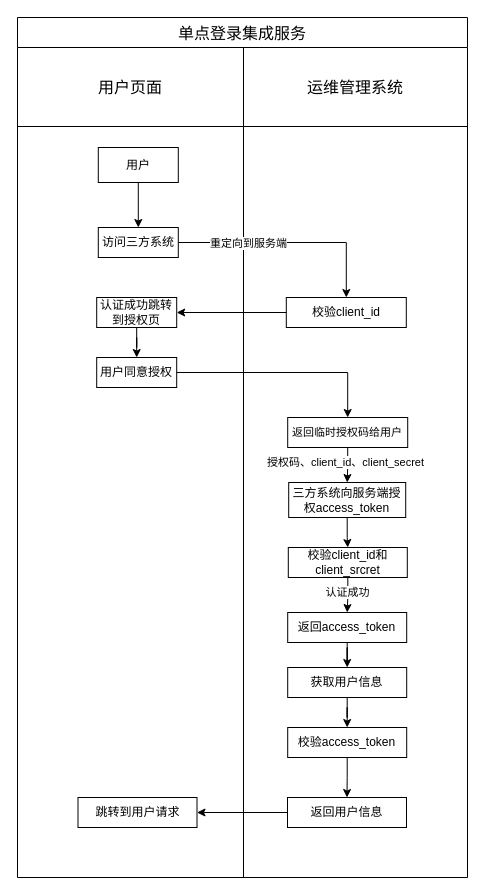
Above: draw.io/uyun_syzssfym.drawio in Liang-yonghui/draw (draw.io), before the change. Source tidied: cells renumbered, new cells numbered last; positions are measured from the earlier drawing's top-left corner, leaving out a move shared by most shapes. Both pictures are drawn from the tidied source at 100%, with x=0, y=0 at pixel (17, 17).
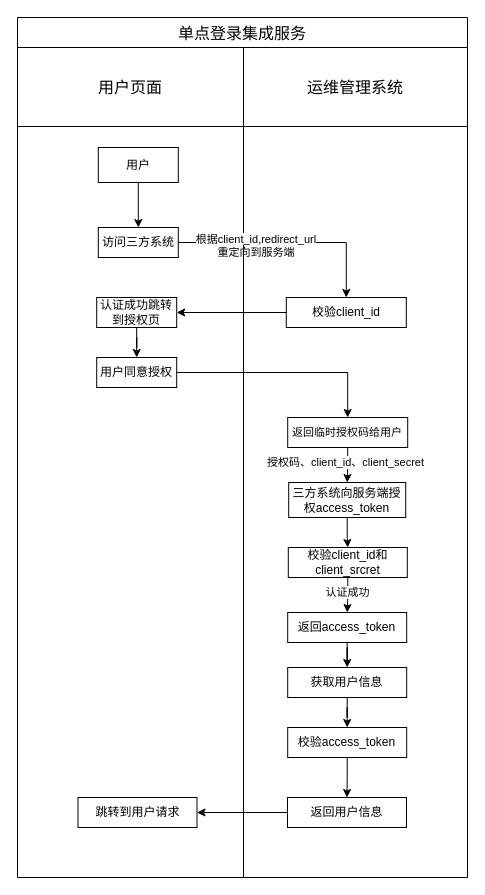
The same diagram, later.

Unchanged cells that the change refers to:
```xml
<mxCell id="15" style="edgeStyle=orthogonalEdgeStyle;rounded=0;jettySize=auto;html=1;entryX=0.5;entryY=0;entryDx=0;entryDy=0;" parent="1" edge="1" source="17" target="18">
  <mxGeometry relative="1" as="geometry" />
</mxCell>
```

What changed in the source:
```diff
@@
-    <mxCell id="16" value="重定向到服务端" style="edgeLabel;html=1;align=center;verticalAlign=middle;" parent="15" vertex="1">
-      <mxGeometry x="-0.47" relative="1" as="geometry">
-        <mxPoint x="11" as="offset" />
-      </mxGeometry>
-    </mxCell>
@@
+    <mxCell id="37" value="&#10;&lt;span style=&quot;color: rgb(0, 0, 0); font-family: Helvetica; font-size: 11px; font-style: normal; font-variant-ligatures: normal; font-variant-caps: normal; font-weight: 400; letter-spacing: normal; orphans: 2; text-align: center; text-indent: 0px; text-transform: none; widows: 2; word-spacing: 0px; -webkit-text-stroke-width: 0px; white-space: nowrap; background-color: rgb(255, 255, 255); text-decoration-thickness: initial; text-decoration-style: initial; text-decoration-color: initial; display: inline !important; float: none;&quot;&gt;根据client_id,redirect_url&lt;/span&gt;&lt;div style=&quot;forced-color-adjust: none; color: rgb(0, 0, 0); font-family: Helvetica; font-size: 11px; font-style: normal; font-variant-ligatures: normal; font-variant-caps: normal; font-weight: 400; letter-spacing: normal; orphans: 2; text-align: center; text-indent: 0px; text-transform: none; widows: 2; word-spacing: 0px; -webkit-text-stroke-width: 0px; white-space: nowrap; text-decoration-thickness: initial; text-decoration-style: initial; text-decoration-color: initial;&quot;&gt;重定向到服务端&lt;/div&gt;&#10;&#10;" style="text;html=1;align=center;verticalAlign=middle;whiteSpace=wrap;rounded=0;" parent="1" vertex="1">
+      <mxGeometry x="208.8" y="220" width="60" height="30" as="geometry" />
+    </mxCell>
```
